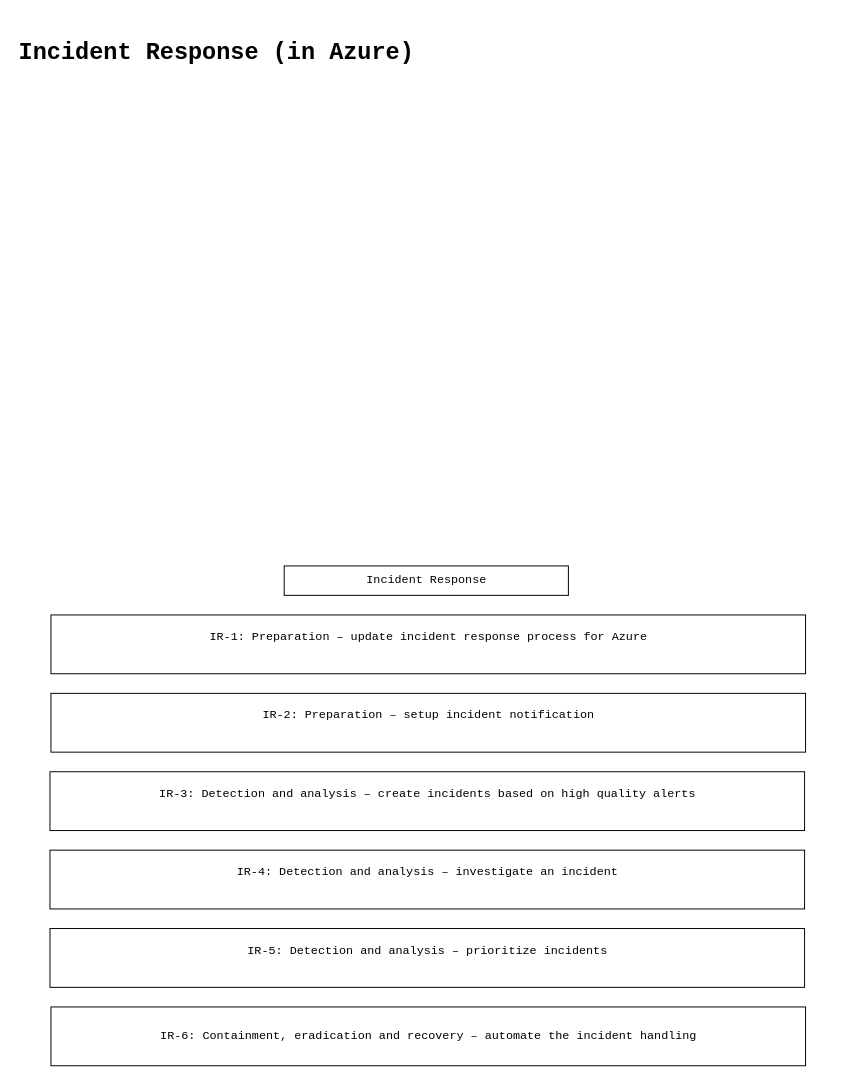
hmahmood2351/Home_Labs keeps this draw.io diagram as page "Incident Response" (8 of 12) of Cloud/Infrastructure_Security.drawio. Above is the earlier version. Source tidied: cells renumbered, new cells numbered last; positions are measured from the earlier drawing's top-left corner, leaving out a move shared by most shapes. Both pictures are drawn from the tidied source at 98%, with x=0, y=0 at pixel (17, 17).
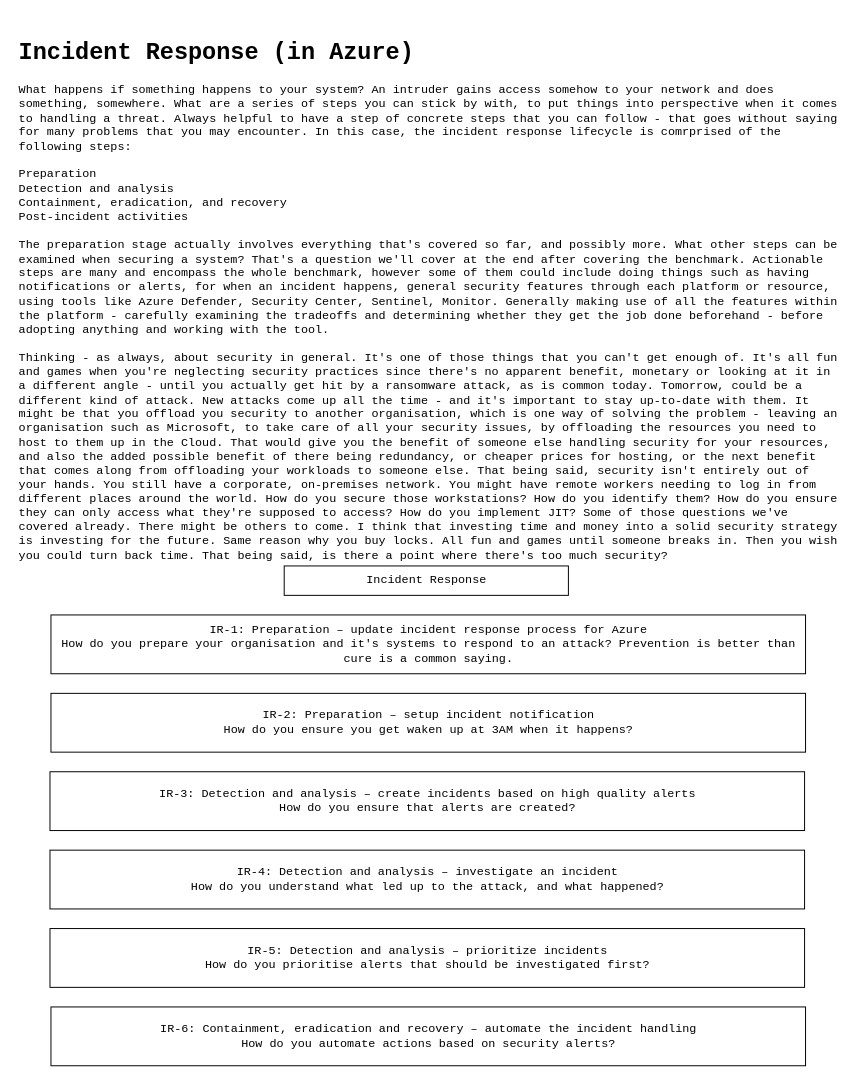
The same page after the edit.

What changed in the source:
```diff
@@
 <mxGraphModel>
   <root>
     <mxCell id="0" />
     <mxCell id="1" parent="0" />
-    <mxCell id="2" value="&lt;h1 style=&quot;color: rgb(0 , 0 , 0) ; font-family: &amp;#34;courier new&amp;#34; ; font-style: normal ; letter-spacing: normal ; text-align: left ; text-indent: 0px ; text-transform: none ; word-spacing: 0px&quot;&gt;Incident Response (in Azure)&lt;/h1&gt;&lt;div&gt;&lt;br&gt;&lt;/div&gt;" style="text;html=1;fontFamily=Courier New;labelBackgroundColor=none;verticalAlign=top;whiteSpace=wrap;" parent="1" vertex="1">
+    <mxCell id="2" value="&lt;h1 style=&quot;color: rgb(0 , 0 , 0) ; font-family: &amp;#34;courier new&amp;#34; ; font-style: normal ; letter-spacing: normal ; text-align: left ; text-indent: 0px ; text-transform: none ; word-spacing: 0px&quot;&gt;Incident Response (in Azure)&lt;/h1&gt;&lt;div&gt;What happens if something happens to your system? An intruder gains access somehow to your network and does something, somewhere. What are a series of steps you can stick by with, to put things into perspective when it comes to handling a threat. Always helpful to have a step of concrete steps that you can follow - that goes without saying for many problems that you may encounter. In this case, the incident response lifecycle is comrprised of the following steps:&lt;/div&gt;&lt;div&gt;&lt;br&gt;&lt;/div&gt;&lt;div&gt;Preparation&lt;/div&gt;&lt;div&gt;Detection and analysis&lt;/div&gt;&lt;div&gt;Containment, eradication, and recovery&lt;/div&gt;&lt;div&gt;Post-incident activities&lt;/div&gt;&lt;div&gt;&lt;br&gt;&lt;/div&gt;&lt;div&gt;The preparation stage actually involves everything that's covered so far, and possibly more. What other steps can be examined when securing a system? That's a question we'll cover at the end after covering the benchmark. A&lt;span&gt;ctionable steps are many and encompass the whole benchmark, however some of them could include doing things such as having notifications or alerts, for when an incident happens, general security features through each platform or resource, using tools like Azure Defender, Security Center, Sentinel, Monitor. Generally making use of all the features within the platform - carefully examining the tradeoffs and determining whether they get the job done beforehand - before adopting anything and working with the tool.&lt;/span&gt;&lt;/div&gt;&lt;div&gt;&lt;br&gt;&lt;/div&gt;&lt;div&gt;Thinking - as always, about security in general. It's one of those things that you can't get enough of. It's all fun and games when you're neglecting security practices since there's no apparent benefit, monetary or looking at it in a different angle - until you actually get hit by a ransomware attack, as is common today. Tomorrow, could be a different kind of attack. New attacks come up all the time - and it's important to stay up-to-date with them. It might be that you offload you security to another organisation, which is one way of solving the problem - leaving an organisation such as Microsoft, to take care of all your security issues, by offloading the resources you need to host to them up in the Cloud. That would give you the benefit of someone else handling security for your resources, and also the added possible benefit of there being redundancy, or cheaper prices for hosting, or the next benefit that comes along from offloading your workloads to someone else. That being said, security isn't entirely out of your hands. You still have a corporate, on-premises network. You might have remote workers needing to log in from different places around the world. How do you secure those workstations? How do you identify them? How do you ensure they can only access what they're supposed to access? How do you implement JIT? Some of those questions we've covered already. There might be others to come. I think that investing time and money into a solid security strategy is investing for the future. Same reason why you buy locks. All fun and games until someone breaks in. Then you wish you could turn back time. That being said, is there a point where there's too much security?&lt;/div&gt;" style="text;html=1;fontFamily=Courier New;labelBackgroundColor=none;verticalAlign=top;whiteSpace=wrap;" parent="1" vertex="1">
       <mxGeometry width="838" height="560" as="geometry" />
     </mxCell>
     <mxCell id="3" value="Incident Response" style="rounded=0;whiteSpace=wrap;html=1;fontFamily=Courier New;align=center;" parent="1" vertex="1">
       <mxGeometry x="272.5" y="560" width="290" height="30" as="geometry" />
     </mxCell>
-    <mxCell id="4" value="&lt;div&gt;&lt;div&gt;IR-1: Preparation – update incident response process for Azure&lt;/div&gt;&lt;/div&gt;&lt;div&gt;&lt;br&gt;&lt;/div&gt;" style="rounded=0;whiteSpace=wrap;html=1;fontFamily=Courier New;align=center;" parent="1" vertex="1">
+    <mxCell id="4" value="&lt;div&gt;&lt;div&gt;IR-1: Preparation – update incident response process for Azure&lt;/div&gt;&lt;/div&gt;&lt;div&gt;How do you prepare your organisation and it's systems to respond to an attack? Prevention is better than cure is a common saying.&lt;/div&gt;" style="rounded=0;whiteSpace=wrap;html=1;fontFamily=Courier New;align=center;" parent="1" vertex="1">
       <mxGeometry x="34.5" y="610" width="770" height="60" as="geometry" />
     </mxCell>
-    <mxCell id="5" value="&lt;div&gt;&lt;div&gt;IR-2: Preparation – setup incident notification&lt;/div&gt;&lt;/div&gt;&lt;div&gt;&lt;br&gt;&lt;/div&gt;" style="rounded=0;whiteSpace=wrap;html=1;fontFamily=Courier New;align=center;" parent="1" vertex="1">
+    <mxCell id="5" value="&lt;div&gt;&lt;div&gt;IR-2: Preparation – setup incident notification&lt;/div&gt;&lt;/div&gt;&lt;div&gt;How do you ensure you get waken up at 3AM when it happens?&lt;/div&gt;" style="rounded=0;whiteSpace=wrap;html=1;fontFamily=Courier New;align=center;" parent="1" vertex="1">
       <mxGeometry x="34.5" y="690" width="770" height="60" as="geometry" />
     </mxCell>
-    <mxCell id="6" value="&lt;div&gt;&lt;div&gt;IR-3: Detection and analysis – create incidents based on high quality alerts&lt;/div&gt;&lt;/div&gt;&lt;div&gt;&lt;br&gt;&lt;/div&gt;" style="rounded=0;whiteSpace=wrap;html=1;fontFamily=Courier New;align=center;" parent="1" vertex="1">
+    <mxCell id="6" value="&lt;div&gt;&lt;div&gt;IR-3: Detection and analysis – create incidents based on high quality alerts&lt;/div&gt;&lt;/div&gt;&lt;div&gt;How do you ensure that alerts are created?&lt;/div&gt;" style="rounded=0;whiteSpace=wrap;html=1;fontFamily=Courier New;align=center;" parent="1" vertex="1">
       <mxGeometry x="33.5" y="770" width="770" height="60" as="geometry" />
     </mxCell>
-    <mxCell id="7" value="&lt;div&gt;&lt;div&gt;IR-4: Detection and analysis – investigate an incident&lt;/div&gt;&lt;/div&gt;&lt;div&gt;&lt;br&gt;&lt;/div&gt;" style="rounded=0;whiteSpace=wrap;html=1;fontFamily=Courier New;align=center;" parent="1" vertex="1">
+    <mxCell id="7" value="&lt;div&gt;&lt;div&gt;IR-4: Detection and analysis – investigate an incident&lt;/div&gt;&lt;/div&gt;&lt;div&gt;How do you understand what led up to the attack, and what happened?&lt;/div&gt;" style="rounded=0;whiteSpace=wrap;html=1;fontFamily=Courier New;align=center;" parent="1" vertex="1">
       <mxGeometry x="33.5" y="850" width="770" height="60" as="geometry" />
     </mxCell>
-    <mxCell id="8" value="&lt;div&gt;&lt;div&gt;IR-5: Detection and analysis – prioritize incidents&lt;/div&gt;&lt;/div&gt;&lt;div&gt;&lt;br&gt;&lt;/div&gt;" style="rounded=0;whiteSpace=wrap;html=1;fontFamily=Courier New;align=center;" parent="1" vertex="1">
+    <mxCell id="8" value="&lt;div&gt;&lt;div&gt;IR-5: Detection and analysis – prioritize incidents&lt;/div&gt;&lt;/div&gt;&lt;div&gt;How do you prioritise alerts that should be investigated first?&lt;/div&gt;" style="rounded=0;whiteSpace=wrap;html=1;fontFamily=Courier New;align=center;" parent="1" vertex="1">
       <mxGeometry x="33.5" y="930" width="770" height="60" as="geometry" />
     </mxCell>
-    <mxCell id="9" value="&lt;div&gt;IR-6: Containment, eradication and recovery – automate the incident handling&lt;br&gt;&lt;/div&gt;" style="rounded=0;whiteSpace=wrap;html=1;fontFamily=Courier New;align=center;" parent="1" vertex="1">
+    <mxCell id="9" value="&lt;div&gt;IR-6: Containment, eradication and recovery – automate the incident handling&lt;br&gt;&lt;/div&gt;&lt;div&gt;How do you automate actions based on security alerts?&lt;/div&gt;" style="rounded=0;whiteSpace=wrap;html=1;fontFamily=Courier New;align=center;" parent="1" vertex="1">
       <mxGeometry x="34.5" y="1010" width="770" height="60" as="geometry" />
     </mxCell>
   </root>
 </mxGraphModel>
```
